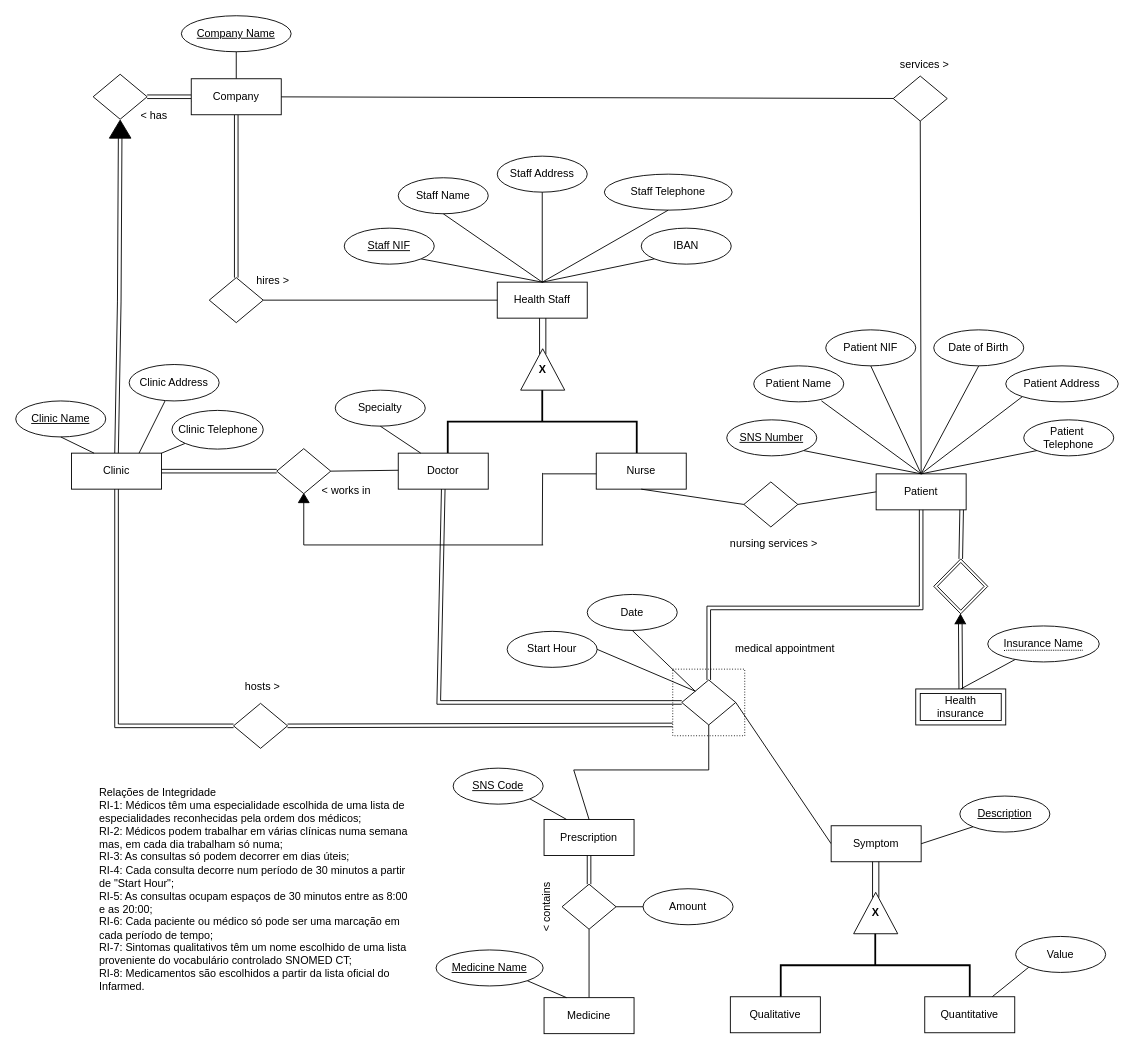
This is Proj.drawio from mariana-marcal-santana/BD.Health-DB-Manager, a draw.io file, before an edit. Source tidied: cells renumbered, new cells numbered last; positions are measured from the earlier drawing's top-left corner, leaving out a move shared by most shapes. Both pictures are drawn from the tidied source at 90%, with x=0, y=0 at pixel (15, 15).
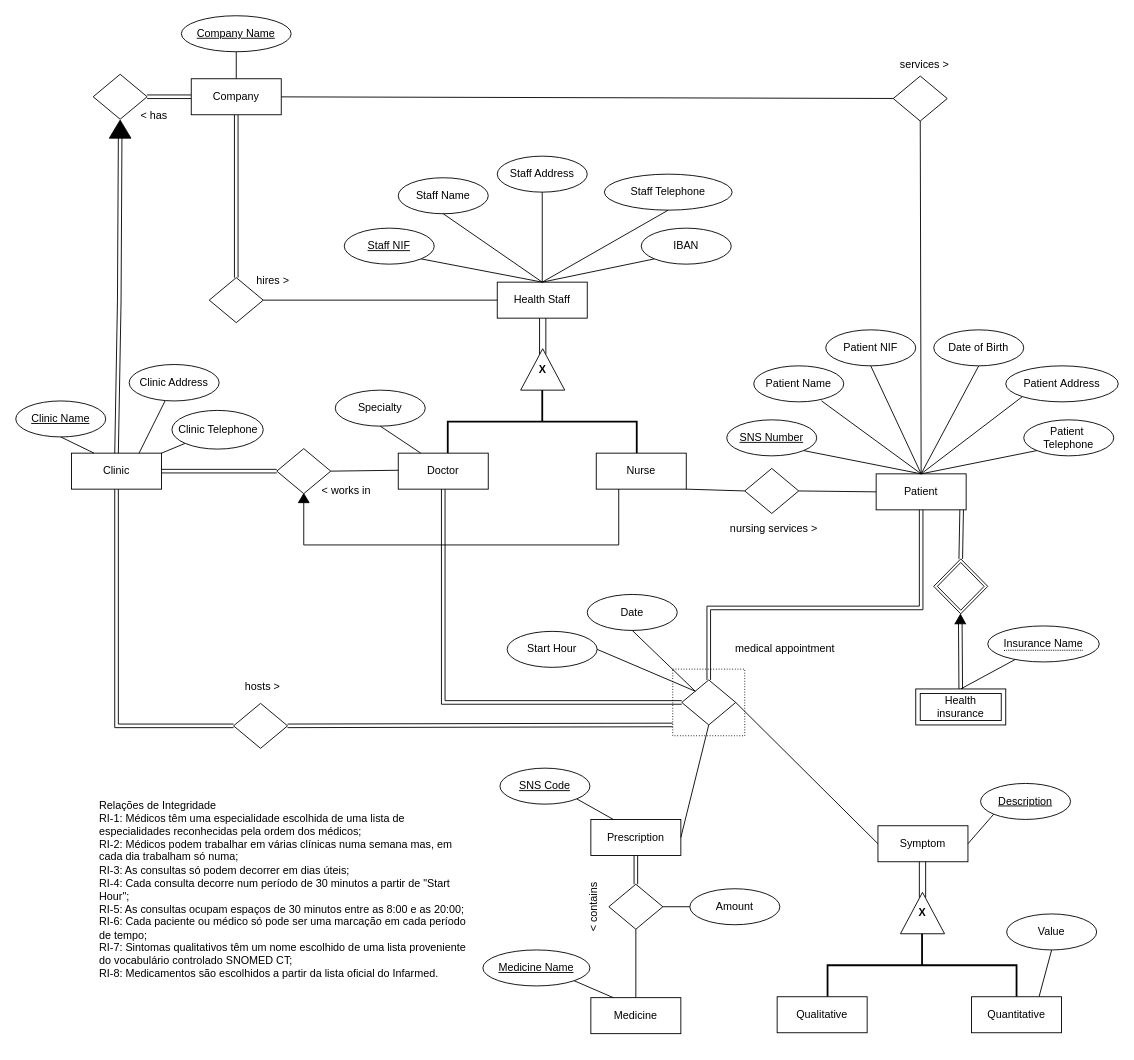
The same page after the edit.

Unchanged cells that the change refers to:
```xml
<mxCell id="38" value="Doctor" style="whiteSpace=wrap;html=1;align=center;" parent="1" vertex="1">
  <mxGeometry x="425" y="486" width="100" height="40" as="geometry" />
</mxCell>
<mxCell id="41" value="Nurse" style="whiteSpace=wrap;html=1;align=center;" parent="1" vertex="1">
  <mxGeometry x="645" y="486" width="100" height="40" as="geometry" />
</mxCell>
<mxCell id="61" style="shape=rhombus;html=1;dashed=0;whiteSpace=wrap;perimeter=rhombusPerimeter;" parent="1" vertex="1">
  <mxGeometry x="740" y="738" width="60" height="50" as="geometry" />
</mxCell>
<mxCell id="101" style="triangle;whiteSpace=wrap;html=1;rotation=-90;fillColor=#000000;" parent="1" vertex="1">
  <mxGeometry x="315" y="530" width="10" height="12" as="geometry" />
</mxCell>
```

What changed in the source:
```diff
@@
-    <mxCell id="52" style="endArrow=none;html=1;rounded=0;entryX=0.5;entryY=1;entryDx=0;entryDy=0;exitX=0;exitY=0.5;exitDx=0;exitDy=0;" parent="1" edge="1" source="59" target="41">
+    <mxCell id="52" style="endArrow=none;html=1;rounded=0;entryX=1;entryY=1;entryDx=0;entryDy=0;exitX=0;exitY=0.5;exitDx=0;exitDy=0;" parent="1" edge="1" source="59" target="41">
       <mxGeometry relative="1" as="geometry" />
     </mxCell>
@@
     <mxCell id="59" style="shape=rhombus;html=1;dashed=0;whiteSpace=wrap;perimeter=rhombusPerimeter;" parent="1" vertex="1">
-      <mxGeometry x="809" y="518" width="60" height="50" as="geometry" />
+      <mxGeometry x="810" y="503" width="60" height="50" as="geometry" />
     </mxCell>
     <mxCell id="60" value="nursing services &amp;gt;" style="text;strokeColor=none;align=center;fillColor=none;html=1;verticalAlign=middle;whiteSpace=wrap;rounded=0;" parent="1" vertex="1">
-      <mxGeometry x="787" y="572" width="111" height="30" as="geometry" />
+      <mxGeometry x="787" y="555" width="111" height="30" as="geometry" />
     </mxCell>
@@
     <mxCell id="63" value="Symptom" style="whiteSpace=wrap;html=1;align=center;" parent="1" vertex="1">
-      <mxGeometry x="906" y="900" width="100" height="40" as="geometry" />
+      <mxGeometry x="958" y="900" width="100" height="40" as="geometry" />
     </mxCell>
     <mxCell id="64" style="endArrow=none;html=1;rounded=0;" parent="1" edge="1">
       <mxGeometry relative="1" as="geometry">
-        <mxPoint x="959" y="940" as="sourcePoint" />
-        <mxPoint x="959" y="980" as="targetPoint" />
+        <mxPoint x="1011" y="940" as="sourcePoint" />
+        <mxPoint x="1011" y="980" as="targetPoint" />
       </mxGeometry>
     </mxCell>
     <mxCell id="65" style="endArrow=none;html=1;rounded=0;" parent="1" edge="1">
       <mxGeometry relative="1" as="geometry">
-        <mxPoint x="952" y="940" as="sourcePoint" />
-        <mxPoint x="952" y="980" as="targetPoint" />
+        <mxPoint x="1004" y="940" as="sourcePoint" />
+        <mxPoint x="1004" y="980" as="targetPoint" />
       </mxGeometry>
     </mxCell>
     <mxCell id="66" value="&lt;b&gt;X&lt;/b&gt;" style="triangle;whiteSpace=wrap;html=1;dashed=0;direction=north;labelPosition=center;verticalLabelPosition=middle;align=center;verticalAlign=middle;horizontal=1;" parent="1" vertex="1">
-      <mxGeometry x="931" y="974" width="49" height="46" as="geometry" />
+      <mxGeometry x="983" y="974" width="49" height="46" as="geometry" />
     </mxCell>
     <mxCell id="67" style="strokeWidth=2;html=1;shape=mxgraph.flowchart.annotation_2;align=left;labelPosition=right;direction=south;" parent="1" vertex="1">
-      <mxGeometry x="850" y="1020" width="210" height="70" as="geometry" />
+      <mxGeometry x="902" y="1020" width="210" height="70" as="geometry" />
     </mxCell>
     <mxCell id="68" value="Description" style="ellipse;whiteSpace=wrap;html=1;align=center;fontStyle=4;" parent="1" vertex="1">
-      <mxGeometry x="1049" y="867" width="100" height="40" as="geometry" />
+      <mxGeometry x="1072" y="853" width="100" height="40" as="geometry" />
     </mxCell>
@@
     <mxCell id="70" value="Qualitative" style="whiteSpace=wrap;html=1;align=center;" parent="1" vertex="1">
-      <mxGeometry x="794" y="1090" width="100" height="40" as="geometry" />
+      <mxGeometry x="846" y="1090" width="100" height="40" as="geometry" />
     </mxCell>
     <mxCell id="71" value="Quantitative" style="whiteSpace=wrap;html=1;align=center;" parent="1" vertex="1">
-      <mxGeometry x="1010" y="1090" width="100" height="40" as="geometry" />
+      <mxGeometry x="1062" y="1090" width="100" height="40" as="geometry" />
     </mxCell>
     <mxCell id="72" value="Value" style="ellipse;whiteSpace=wrap;html=1;align=center;" parent="1" vertex="1">
-      <mxGeometry x="1111" y="1023" width="100" height="40" as="geometry" />
+      <mxGeometry x="1101" y="998" width="100" height="40" as="geometry" />
     </mxCell>
-    <mxCell id="73" style="endArrow=none;html=1;rounded=0;entryX=0;entryY=1;entryDx=0;entryDy=0;exitX=0.75;exitY=0;exitDx=0;exitDy=0;" parent="1" edge="1" source="71" target="72">
+    <mxCell id="73" style="endArrow=none;html=1;rounded=0;entryX=0.5;entryY=1;entryDx=0;entryDy=0;exitX=0.75;exitY=0;exitDx=0;exitDy=0;" parent="1" edge="1" source="71" target="72">
       <mxGeometry relative="1" as="geometry" />
     </mxCell>
     <mxCell id="74" value="Prescription" style="whiteSpace=wrap;html=1;align=center;" parent="1" vertex="1">
-      <mxGeometry x="587" y="893" width="100" height="40" as="geometry" />
+      <mxGeometry x="639" y="893" width="100" height="40" as="geometry" />
     </mxCell>
-    <mxCell id="75" style="endArrow=none;html=1;rounded=0;exitX=0.5;exitY=0;exitDx=0;exitDy=0;entryX=0.5;entryY=1;entryDx=0;entryDy=0;" parent="1" edge="1" source="74" target="61">
-      <mxGeometry relative="1" as="geometry">
-        <Array as="points">
-          <mxPoint x="620" y="838" />
-          <mxPoint x="770" y="838" />
-        </Array>
-      </mxGeometry>
+    <mxCell id="75" style="endArrow=none;html=1;rounded=0;exitX=1;exitY=0.5;exitDx=0;exitDy=0;entryX=0.5;entryY=1;entryDx=0;entryDy=0;" parent="1" edge="1" source="74" target="61">
+      <mxGeometry relative="1" as="geometry" />
     </mxCell>
     <mxCell id="76" value="SNS Code" style="ellipse;whiteSpace=wrap;html=1;align=center;fontStyle=4;" parent="1" vertex="1">
-      <mxGeometry x="486" y="836" width="100" height="40" as="geometry" />
+      <mxGeometry x="538" y="836" width="100" height="40" as="geometry" />
     </mxCell>
@@
     <mxCell id="78" style="shape=rhombus;html=1;dashed=0;whiteSpace=wrap;perimeter=rhombusPerimeter;" parent="1" vertex="1">
-      <mxGeometry x="607" y="965" width="60" height="50" as="geometry" />
+      <mxGeometry x="659" y="965" width="60" height="50" as="geometry" />
     </mxCell>
@@
     <mxCell id="80" value="Medicine" style="whiteSpace=wrap;html=1;align=center;" parent="1" vertex="1">
-      <mxGeometry x="587" y="1091" width="100" height="40" as="geometry" />
+      <mxGeometry x="639" y="1091" width="100" height="40" as="geometry" />
     </mxCell>
     <mxCell id="81" value="&amp;nbsp;&amp;lt; contains" style="text;strokeColor=none;align=center;fillColor=none;html=1;verticalAlign=middle;whiteSpace=wrap;rounded=0;rotation=270;" parent="1" vertex="1">
-      <mxGeometry x="555" y="977" width="70" height="30" as="geometry" />
+      <mxGeometry x="607" y="977" width="70" height="30" as="geometry" />
     </mxCell>
     <mxCell id="82" value="Amount" style="ellipse;whiteSpace=wrap;html=1;align=center;" parent="1" vertex="1">
-      <mxGeometry x="697" y="970" width="100" height="40" as="geometry" />
+      <mxGeometry x="749" y="970" width="100" height="40" as="geometry" />
     </mxCell>
@@
-    <mxCell id="96" style="endArrow=none;html=1;rounded=0;entryX=0;entryY=0.5;entryDx=0;entryDy=0;" parent="1" edge="1">
-      <mxGeometry relative="1" as="geometry">
-        <mxPoint x="586" y="509" as="sourcePoint" />
-        <mxPoint x="645" y="509" as="targetPoint" />
-      </mxGeometry>
-    </mxCell>
-    <mxCell id="97" style="endArrow=none;html=1;rounded=0;exitX=0.5;exitY=1;exitDx=0;exitDy=0;" parent="1" edge="1">
-      <mxGeometry relative="1" as="geometry">
-        <mxPoint x="585.4" y="508" as="sourcePoint" />
-        <mxPoint x="585" y="588" as="targetPoint" />
-      </mxGeometry>
-    </mxCell>
-    <mxCell id="98" style="endArrow=none;html=1;rounded=0;exitX=0;exitY=0.5;exitDx=0;exitDy=0;" parent="1" edge="1" source="101">
+    <mxCell id="98" style="endArrow=none;html=1;rounded=0;exitX=0;exitY=0.5;exitDx=0;exitDy=0;entryX=0.25;entryY=1;entryDx=0;entryDy=0;" parent="1" edge="1" source="101" target="41">
       <mxGeometry relative="1" as="geometry">
-        <mxPoint x="586" y="588" as="targetPoint" />
         <Array as="points">
           <mxPoint x="320" y="588" />
+          <mxPoint x="670" y="588" />
         </Array>
       </mxGeometry>
     </mxCell>
@@
     <mxCell id="104" value="&lt;div style=&quot;text-align: left;&quot;&gt;&lt;br&gt;&lt;/div&gt;&lt;div style=&quot;text-align: left;&quot;&gt;&lt;span style=&quot;background-color: initial;&quot;&gt;Relações de Integridade&lt;/span&gt;&lt;/div&gt;&lt;div&gt;&lt;div style=&quot;text-align: left;&quot;&gt;&lt;span style=&quot;background-color: initial;&quot;&gt;RI-1: Médicos têm uma especialidade escolhida de uma lista de especialidades&amp;nbsp;&lt;/span&gt;&lt;span style=&quot;background-color: initial;&quot;&gt;reconhecidas pela ordem dos médicos;&lt;/span&gt;&lt;/div&gt;&lt;div style=&quot;text-align: left;&quot;&gt;&lt;span style=&quot;background-color: initial;&quot;&gt;RI-2: Médicos podem trabalhar em várias clínicas numa semana mas, em cada dia trabalham só numa;&lt;/span&gt;&lt;/div&gt;&lt;div style=&quot;text-align: left;&quot;&gt;&lt;span style=&quot;background-color: initial;&quot;&gt;RI-3: As consultas só podem decorrer em dias úteis;&lt;/span&gt;&lt;/div&gt;&lt;div&gt;&lt;div style=&quot;text-align: left;&quot;&gt;RI-4: Cada consulta decorre num período de 30 minutos a partir de &quot;Start Hour&quot;;&lt;/div&gt;&lt;div style=&quot;text-align: left;&quot;&gt;RI-5: As consultas ocupam espaços de 30 minutos entre as 8:00 e as 20:00;&lt;/div&gt;&lt;div style=&quot;text-align: left;&quot;&gt;RI-6: Cada paciente ou médico só pode ser uma marcação em cada período de tempo;&lt;/div&gt;&lt;div style=&quot;text-align: left;&quot;&gt;RI-7:&amp;nbsp;&lt;span style=&quot;background-color: initial;&quot;&gt;Sintomas&amp;nbsp;qualitativos têm um nome&amp;nbsp;&lt;/span&gt;&lt;span style=&quot;background-color: initial;&quot;&gt;escolhido de uma lista proveniente do vocabulário controlado SNOMED CT;&lt;/span&gt;&lt;/div&gt;&lt;/div&gt;&lt;/div&gt;&lt;div style=&quot;text-align: left;&quot;&gt;&lt;span style=&quot;background-color: initial;&quot;&gt;RI-8: M&lt;/span&gt;&lt;span style=&quot;background-color: initial; text-align: center;&quot;&gt;edicamentos são escolhidos a partir da lista oficial do Infarmed.&lt;/span&gt;&lt;/div&gt;&lt;div style=&quot;text-align: left;&quot;&gt;&lt;span style=&quot;background-color: initial;&quot;&gt;&lt;br&gt;&lt;/span&gt;&lt;/div&gt;" style="text;strokeColor=none;align=center;fillColor=none;html=1;verticalAlign=middle;whiteSpace=wrap;rounded=0;" parent="1" vertex="1">
-      <mxGeometry x="92" y="798" width="345" height="345" as="geometry" />
+      <mxGeometry x="92" y="798" width="418" height="345" as="geometry" />
     </mxCell>
     <mxCell id="105" value="Medicine Name" style="ellipse;whiteSpace=wrap;html=1;align=center;fontStyle=4;" parent="1" vertex="1">
-      <mxGeometry x="467" y="1038" width="119" height="40" as="geometry" />
+      <mxGeometry x="519" y="1038" width="119" height="40" as="geometry" />
     </mxCell>
@@
     <mxCell id="114" style="shape=link;html=1;rounded=0;exitX=0.5;exitY=1;exitDx=0;exitDy=0;entryX=0;entryY=0.5;entryDx=0;entryDy=0;" parent="1" edge="1" source="38" target="61">
       <mxGeometry relative="1" as="geometry">
         <Array as="points">
-          <mxPoint x="470" y="763" />
+          <mxPoint x="475" y="763" />
         </Array>
       </mxGeometry>
     </mxCell>
```
